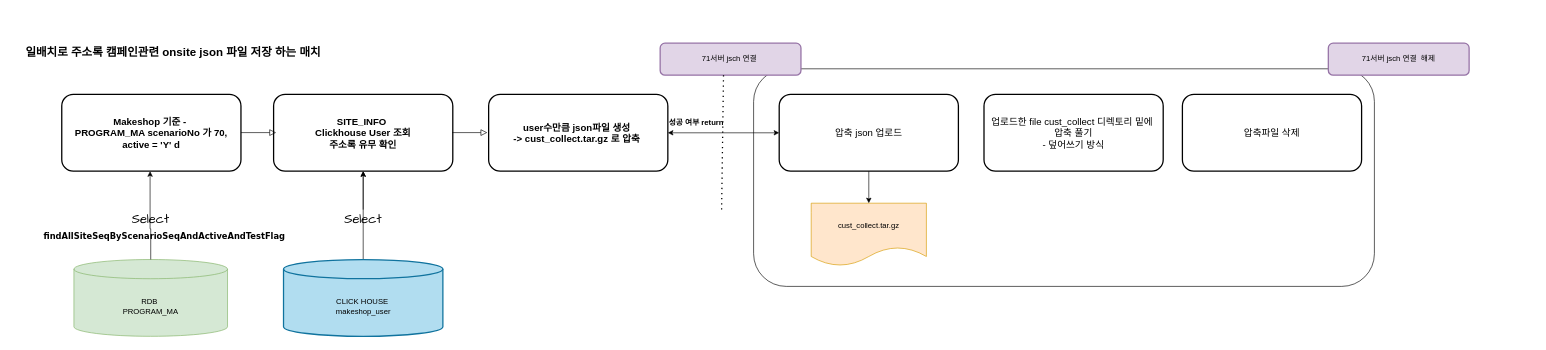
Above: onsite_custIdCollect.drawio in jaero0725/draw_io (draw.io), before the change. Source tidied: cells renumbered, new cells numbered last; positions are measured from the earlier drawing's top-left corner, leaving out a move shared by most shapes. Both pictures are drawn from the tidied source at 64%, with x=0, y=0 at pixel (11, 36).
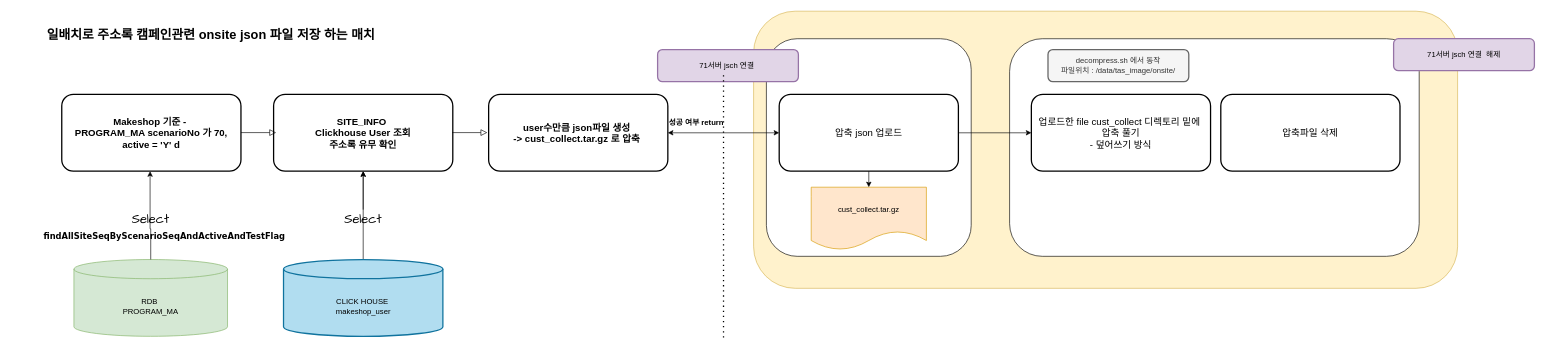
After the change.

Unchanged cells that the change refers to:
```xml
<mxCell id="17" value="압축 json 업로드" style="rounded=1;whiteSpace=wrap;html=1;fontSize=15;glass=0;strokeWidth=2;shadow=0;labelBackgroundColor=none;" parent="1" vertex="1">
  <mxGeometry x="1200" y="90" width="280" height="120" as="geometry" />
</mxCell>
```

Change to the diagram source:
```diff
@@
+    <mxCell id="27" style="rounded=1;whiteSpace=wrap;html=1;fillColor=#fff2cc;strokeColor=#d6b656;" parent="1" vertex="1">
+      <mxGeometry x="1160" y="-40" width="1100" height="433" as="geometry" />
+    </mxCell>
+    <mxCell id="28" style="rounded=1;whiteSpace=wrap;html=1;" parent="1" vertex="1">
+      <mxGeometry x="1560" y="3" width="640" height="340" as="geometry" />
+    </mxCell>
     <mxCell id="2" style="rounded=1;whiteSpace=wrap;html=1;" parent="1" vertex="1">
-      <mxGeometry x="1160" y="50" width="970" height="340" as="geometry" />
+      <mxGeometry x="1180" y="3" width="320" height="340" as="geometry" />
     </mxCell>
-    <mxCell id="3" value="&lt;b&gt;&lt;font style=&quot;font-size: 18px;&quot;&gt;일배치로 주소록 캠페인관련 onsite json 파일 저장 하는 매치&lt;/font&gt;&amp;nbsp;&lt;/b&gt;" style="text;strokeColor=none;align=center;fillColor=none;html=1;verticalAlign=middle;whiteSpace=wrap;rounded=0;" parent="1" vertex="1">
-      <mxGeometry width="510" height="50" as="geometry" />
+    <mxCell id="3" value="&lt;span style=&quot;font-size: 20px;&quot;&gt;&lt;font style=&quot;font-size: 20px;&quot;&gt;일배치로 주소록 캠페인관련 onsite json 파일 저장 하는 매치&lt;/font&gt;&amp;nbsp;&lt;/span&gt;" style="text;strokeColor=none;align=center;fillColor=none;html=1;verticalAlign=middle;whiteSpace=wrap;rounded=0;fontStyle=1;fontSize=20;" parent="1" vertex="1">
+      <mxGeometry x="10" y="-29" width="610" height="50" as="geometry" />
     </mxCell>
@@
     <mxCell id="18" value="71서버 jsch 연결&amp;nbsp;" style="whiteSpace=wrap;html=1;rounded=1;glass=0;strokeWidth=2;shadow=0;labelBackgroundColor=none;fillColor=#e1d5e7;strokeColor=#9673a6;" parent="1" vertex="1">
-      <mxGeometry x="1014" y="10" width="220" height="50" as="geometry" />
+      <mxGeometry x="1010" y="20" width="220" height="50" as="geometry" />
     </mxCell>
     <mxCell id="19" style="endArrow=none;dashed=1;html=1;dashPattern=1 3;strokeWidth=2;rounded=0;" parent="1" edge="1">
       <mxGeometry relative="1" as="geometry">
-        <mxPoint x="1110" y="270" as="sourcePoint" />
+        <mxPoint x="1113" y="470" as="sourcePoint" />
         <mxPoint x="1113" y="60" as="targetPoint" />
       </mxGeometry>
     </mxCell>
     <mxCell id="20" value="업로드한 file cust_collect 디렉토리 밑에&amp;nbsp;&lt;div&gt;압축 풀기&lt;/div&gt;&lt;div&gt;- 덮어쓰기 방식&lt;/div&gt;" style="rounded=1;whiteSpace=wrap;html=1;fontSize=15;glass=0;strokeWidth=2;shadow=0;labelBackgroundColor=none;" parent="1" vertex="1">
-      <mxGeometry x="1520" y="90" width="280" height="120" as="geometry" />
+      <mxGeometry x="1594" y="90" width="280" height="120" as="geometry" />
     </mxCell>
     <mxCell id="21" value="압축파일 삭제" style="rounded=1;whiteSpace=wrap;html=1;fontSize=15;glass=0;strokeWidth=2;shadow=0;labelBackgroundColor=none;" parent="1" vertex="1">
-      <mxGeometry x="1830" y="90" width="280" height="120" as="geometry" />
+      <mxGeometry x="1890" y="90" width="280" height="120" as="geometry" />
     </mxCell>
     <mxCell id="22" value="71서버 jsch 연결&amp;nbsp; 해제" style="whiteSpace=wrap;html=1;rounded=1;glass=0;strokeWidth=2;shadow=0;labelBackgroundColor=none;fillColor=#e1d5e7;strokeColor=#9673a6;" parent="1" vertex="1">
-      <mxGeometry x="2058" y="10" width="220" height="50" as="geometry" />
+      <mxGeometry x="2160" y="3" width="220" height="50" as="geometry" />
     </mxCell>
@@
     <mxCell id="25" value="cust_collect.tar.gz" style="shape=document;whiteSpace=wrap;html=1;boundedLbl=1;fillColor=#ffe6cc;strokeColor=#d79b00;" parent="1" vertex="1">
-      <mxGeometry x="1250" y="260" width="180" height="98" as="geometry" />
+      <mxGeometry x="1250" y="235" width="180" height="98" as="geometry" />
     </mxCell>
@@
+    <mxCell id="29" value="decompress.sh 에서 동작&lt;div&gt;파일위치 : /data/tas_image/onsite/&lt;/div&gt;" style="whiteSpace=wrap;html=1;rounded=1;glass=0;strokeWidth=2;shadow=0;labelBackgroundColor=none;fillColor=#f5f5f5;strokeColor=#666666;fontColor=#333333;" parent="1" vertex="1">
+      <mxGeometry x="1620" y="20" width="220" height="50" as="geometry" />
+    </mxCell>
+    <mxCell id="30" style="endArrow=classic;html=1;rounded=0;exitX=1;exitY=0.5;exitDx=0;exitDy=0;entryX=0;entryY=0.5;entryDx=0;entryDy=0;" parent="1" edge="1" source="17" target="20">
+      <mxGeometry relative="1" as="geometry" />
+    </mxCell>
```
